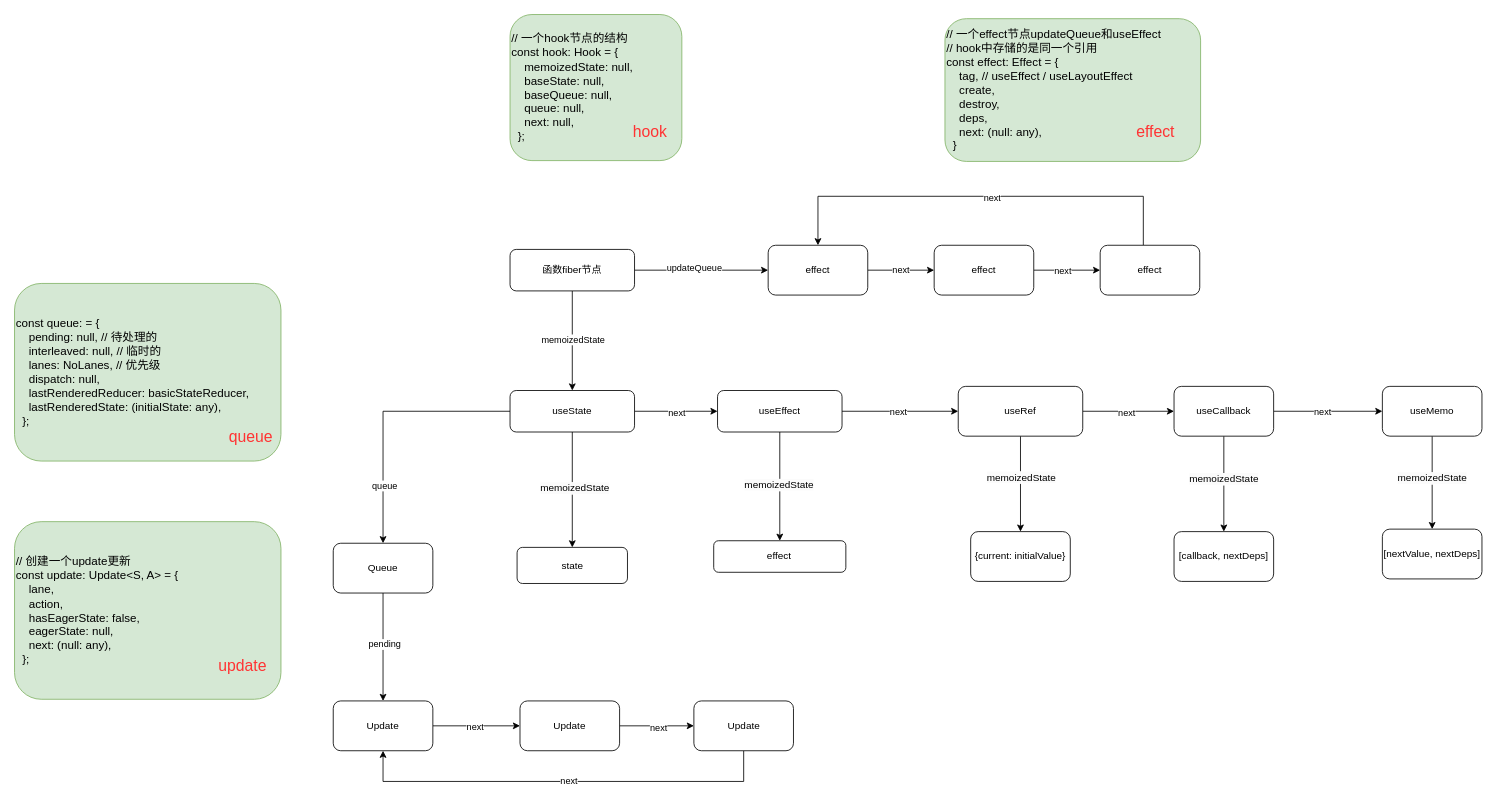
xzy0625/drawio keeps this draw.io diagram as react-hooks.drawio. Above is the earlier version. Source tidied: cells renumbered, new cells numbered last; positions are measured from the earlier drawing's top-left corner, leaving out a move shared by most shapes. Both pictures are drawn from the tidied source at 83%, with x=0, y=0 at pixel (14, 14).
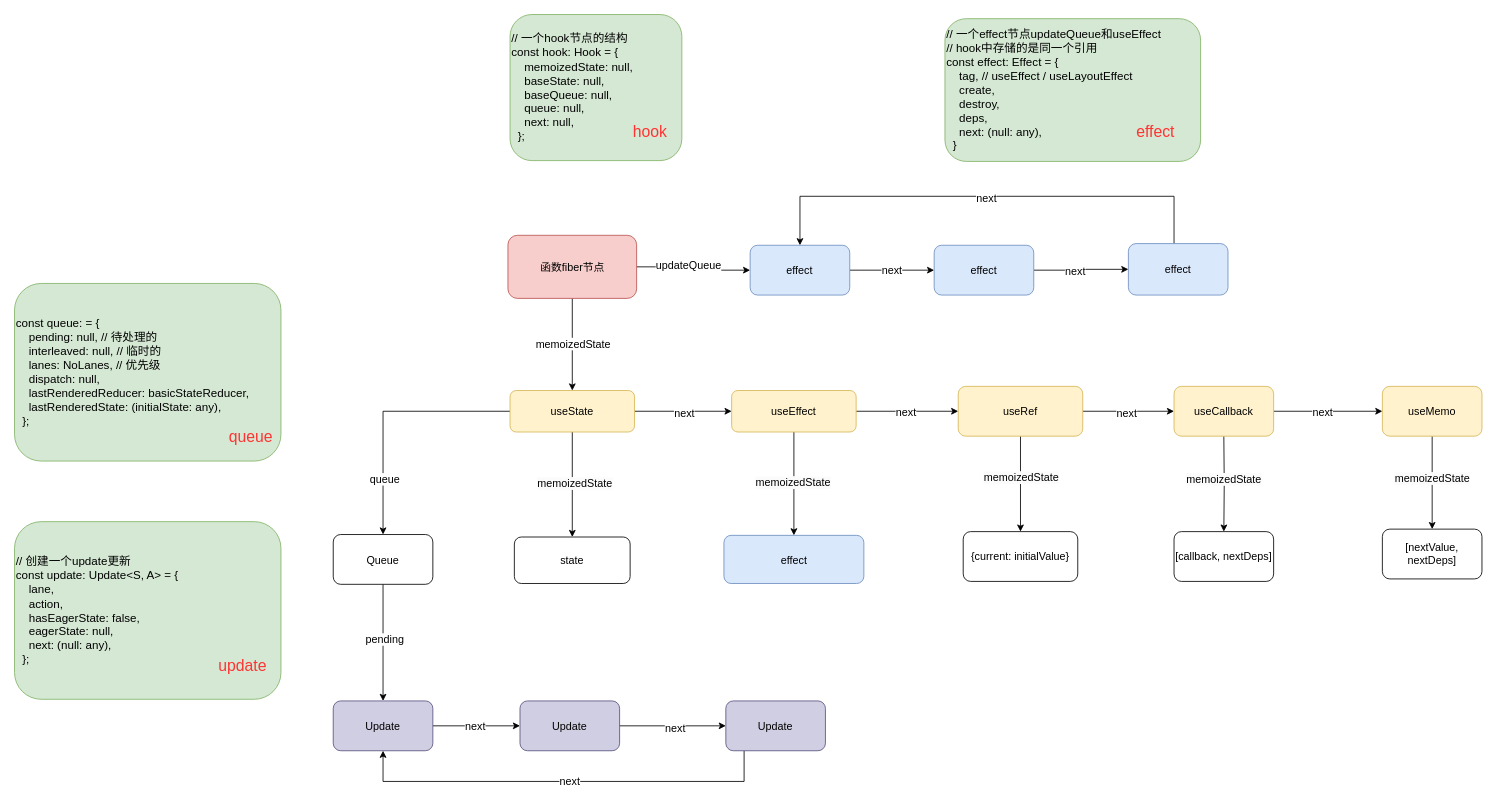
The same diagram, later.

Change to the diagram source:
```diff
@@
-    <mxCell id="2" style="edgeStyle=orthogonalEdgeStyle;rounded=0;jettySize=auto;html=1;" parent="1" edge="1" source="6" target="13">
+    <mxCell id="2" style="edgeStyle=orthogonalEdgeStyle;rounded=0;jettySize=auto;html=1;fontSize=13;" parent="1" edge="1" source="6" target="13">
       <mxGeometry relative="1" as="geometry" />
     </mxCell>
-    <mxCell id="3" value="memoizedState" style="edgeLabel;html=1;align=center;verticalAlign=middle;" parent="2" vertex="1">
+    <mxCell id="3" value="memoizedState" style="edgeLabel;html=1;align=center;verticalAlign=middle;fontSize=13;" parent="2" vertex="1">
       <mxGeometry x="-0.24" y="-3" relative="1" as="geometry">
         <mxPoint x="3" y="12" as="offset" />
       </mxGeometry>
     </mxCell>
-    <mxCell id="4" style="edgeStyle=orthogonalEdgeStyle;rounded=0;jettySize=auto;html=1;" parent="1" edge="1" source="6" target="34">
+    <mxCell id="4" style="edgeStyle=orthogonalEdgeStyle;rounded=0;jettySize=auto;html=1;fontSize=13;" parent="1" edge="1" source="6" target="34">
       <mxGeometry relative="1" as="geometry" />
     </mxCell>
-    <mxCell id="5" value="updateQueue" style="edgeLabel;html=1;align=center;verticalAlign=middle;" parent="4" vertex="1">
+    <mxCell id="5" value="&lt;font&gt;updateQueue&lt;/font&gt;" style="edgeLabel;html=1;align=center;verticalAlign=middle;fontSize=13;" parent="4" vertex="1">
       <mxGeometry x="-0.12" y="3" relative="1" as="geometry" />
     </mxCell>
-    <mxCell id="6" value="函数fiber节点" style="rounded=1;whiteSpace=wrap;html=1;" parent="1" vertex="1">
-      <mxGeometry x="597" y="283" width="150" height="50" as="geometry" />
+    <mxCell id="6" value="函数fiber节点" style="rounded=1;whiteSpace=wrap;html=1;fillColor=#f8cecc;strokeColor=#b85450;fontSize=13;" parent="1" vertex="1">
+      <mxGeometry x="594.5" y="266" width="155" height="76" as="geometry" />
     </mxCell>
-    <mxCell id="7" style="edgeStyle=orthogonalEdgeStyle;rounded=0;jettySize=auto;html=1;" parent="1" edge="1" source="13" target="19">
+    <mxCell id="7" style="edgeStyle=orthogonalEdgeStyle;rounded=0;jettySize=auto;html=1;fontSize=13;" parent="1" edge="1" source="13" target="19">
       <mxGeometry relative="1" as="geometry" />
     </mxCell>
-    <mxCell id="8" value="next" style="edgeLabel;html=1;align=center;verticalAlign=middle;" parent="7" vertex="1">
+    <mxCell id="8" value="next" style="edgeLabel;html=1;align=center;verticalAlign=middle;fontSize=13;" parent="7" vertex="1">
       <mxGeometry relative="1" as="geometry">
         <mxPoint y="1" as="offset" />
       </mxGeometry>
     </mxCell>
-    <mxCell id="9" style="edgeStyle=orthogonalEdgeStyle;rounded=0;jettySize=auto;html=1;" parent="1" edge="1" source="13" target="46">
+    <mxCell id="9" style="edgeStyle=orthogonalEdgeStyle;rounded=0;jettySize=auto;html=1;fontSize=13;" parent="1" edge="1" source="13" target="46">
       <mxGeometry relative="1" as="geometry" />
     </mxCell>
-    <mxCell id="10" value="&lt;span style=&quot;font-size: 12px; text-align: left; text-wrap-mode: wrap; background-color: rgb(251, 251, 251);&quot;&gt;memoizedState&lt;/span&gt;" style="edgeLabel;html=1;align=center;verticalAlign=middle;" parent="9" vertex="1">
+    <mxCell id="10" value="&lt;span style=&quot;text-align: left; text-wrap-mode: wrap; background-color: rgb(251, 251, 251);&quot;&gt;memoizedState&lt;/span&gt;" style="edgeLabel;html=1;align=center;verticalAlign=middle;fontSize=13;" parent="9" vertex="1">
       <mxGeometry x="-0.05" y="2" relative="1" as="geometry">
         <mxPoint y="1" as="offset" />
       </mxGeometry>
     </mxCell>
-    <mxCell id="11" style="edgeStyle=orthogonalEdgeStyle;rounded=0;jettySize=auto;html=1;" parent="1" edge="1" source="13" target="49">
+    <mxCell id="11" style="edgeStyle=orthogonalEdgeStyle;rounded=0;jettySize=auto;html=1;fontSize=13;" parent="1" edge="1" source="13" target="49">
       <mxGeometry relative="1" as="geometry" />
     </mxCell>
-    <mxCell id="12" value="queue" style="edgeLabel;html=1;align=center;verticalAlign=middle;" parent="11" vertex="1">
+    <mxCell id="12" value="&lt;font&gt;queue&lt;/font&gt;" style="edgeLabel;html=1;align=center;verticalAlign=middle;fontSize=13;" parent="11" vertex="1">
       <mxGeometry x="0.55" y="1" relative="1" as="geometry" />
     </mxCell>
-    <mxCell id="13" value="useState" style="whiteSpace=wrap;html=1;rounded=1;" parent="1" vertex="1">
+    <mxCell id="13" value="useState" style="whiteSpace=wrap;html=1;rounded=1;fillColor=#fff2cc;strokeColor=#d6b656;fontSize=13;" parent="1" vertex="1">
       <mxGeometry x="597" y="453" width="150" height="50" as="geometry" />
     </mxCell>
@@
-    <mxCell id="15" style="edgeStyle=orthogonalEdgeStyle;rounded=0;jettySize=auto;html=1;" parent="1" edge="1" source="19" target="24">
+    <mxCell id="15" style="edgeStyle=orthogonalEdgeStyle;rounded=0;jettySize=auto;html=1;fontSize=13;" parent="1" edge="1" source="19" target="24">
       <mxGeometry relative="1" as="geometry" />
     </mxCell>
-    <mxCell id="16" value="next" style="edgeLabel;html=1;align=center;verticalAlign=middle;" parent="15" vertex="1">
+    <mxCell id="16" value="next" style="edgeLabel;html=1;align=center;verticalAlign=middle;fontSize=13;" parent="15" vertex="1">
       <mxGeometry x="-0.04" y="1" relative="1" as="geometry">
         <mxPoint y="1" as="offset" />
       </mxGeometry>
     </mxCell>
-    <mxCell id="17" style="edgeStyle=orthogonalEdgeStyle;rounded=0;jettySize=auto;html=1;" parent="1" edge="1" source="19" target="32">
+    <mxCell id="17" style="edgeStyle=orthogonalEdgeStyle;rounded=0;jettySize=auto;html=1;fontSize=13;" parent="1" edge="1" source="19" target="32">
       <mxGeometry relative="1" as="geometry" />
     </mxCell>
-    <mxCell id="18" value="&lt;span style=&quot;font-size: 12px; text-align: left; text-wrap-mode: wrap; background-color: rgb(251, 251, 251);&quot;&gt;memoizedState&lt;/span&gt;" style="edgeLabel;html=1;align=center;verticalAlign=middle;" parent="17" vertex="1">
+    <mxCell id="18" value="&lt;span style=&quot;text-align: left; text-wrap-mode: wrap; background-color: rgb(251, 251, 251);&quot;&gt;memoizedState&lt;/span&gt;" style="edgeLabel;html=1;align=center;verticalAlign=middle;fontSize=13;" parent="17" vertex="1">
       <mxGeometry x="-0.05" y="-2" relative="1" as="geometry">
         <mxPoint y="1" as="offset" />
       </mxGeometry>
     </mxCell>
-    <mxCell id="19" value="useEffect" style="whiteSpace=wrap;html=1;rounded=1;" parent="1" vertex="1">
-      <mxGeometry x="847" y="453" width="150" height="50" as="geometry" />
+    <mxCell id="19" value="useEffect" style="whiteSpace=wrap;html=1;rounded=1;fillColor=#fff2cc;strokeColor=#d6b656;fontSize=13;" parent="1" vertex="1">
+      <mxGeometry x="864" y="453" width="150" height="50" as="geometry" />
     </mxCell>
-    <mxCell id="20" style="edgeStyle=orthogonalEdgeStyle;rounded=0;jettySize=auto;html=1;" parent="1" edge="1" source="24" target="30">
+    <mxCell id="20" style="edgeStyle=orthogonalEdgeStyle;rounded=0;jettySize=auto;html=1;fontSize=13;" parent="1" edge="1" source="24" target="30">
       <mxGeometry relative="1" as="geometry" />
     </mxCell>
-    <mxCell id="21" value="next" style="edgeLabel;html=1;align=center;verticalAlign=middle;" parent="20" vertex="1">
+    <mxCell id="21" value="next" style="edgeLabel;html=1;align=center;verticalAlign=middle;fontSize=13;" parent="20" vertex="1">
       <mxGeometry x="-0.05" relative="1" as="geometry">
         <mxPoint y="1" as="offset" />
       </mxGeometry>
     </mxCell>
-    <mxCell id="22" style="edgeStyle=orthogonalEdgeStyle;rounded=0;jettySize=auto;html=1;" parent="1" edge="1" source="24" target="25">
+    <mxCell id="22" style="edgeStyle=orthogonalEdgeStyle;rounded=0;jettySize=auto;html=1;fontSize=13;" parent="1" edge="1" source="24" target="25">
       <mxGeometry relative="1" as="geometry" />
     </mxCell>
-    <mxCell id="23" value="&lt;span style=&quot;font-size: 12px; text-align: left; text-wrap-mode: wrap; background-color: rgb(251, 251, 251);&quot;&gt;memoizedState&lt;/span&gt;" style="edgeLabel;html=1;align=center;verticalAlign=middle;" parent="22" vertex="1">
+    <mxCell id="23" value="&lt;span style=&quot;text-align: left; text-wrap-mode: wrap; background-color: rgb(251, 251, 251);&quot;&gt;memoizedState&lt;/span&gt;" style="edgeLabel;html=1;align=center;verticalAlign=middle;fontSize=13;" parent="22" vertex="1">
       <mxGeometry x="-0.15" relative="1" as="geometry" />
     </mxCell>
-    <mxCell id="24" value="useRef" style="whiteSpace=wrap;html=1;rounded=1;" parent="1" vertex="1">
+    <mxCell id="24" value="useRef" style="whiteSpace=wrap;html=1;rounded=1;fillColor=#fff2cc;strokeColor=#d6b656;fontSize=13;" parent="1" vertex="1">
       <mxGeometry x="1137" y="448" width="150" height="60" as="geometry" />
     </mxCell>
-    <mxCell id="25" value="{current: initialValue}" style="whiteSpace=wrap;html=1;rounded=1;" parent="1" vertex="1">
-      <mxGeometry x="1152" y="623" width="120" height="60" as="geometry" />
+    <mxCell id="25" value="{current: initialValue}" style="whiteSpace=wrap;html=1;rounded=1;fontSize=13;" parent="1" vertex="1">
+      <mxGeometry x="1143" y="623" width="138" height="60" as="geometry" />
     </mxCell>
-    <mxCell id="26" style="edgeStyle=orthogonalEdgeStyle;rounded=0;jettySize=auto;html=1;" parent="1" edge="1" source="30" target="31">
-      <mxGeometry relative="1" as="geometry" />
+    <mxCell id="26" style="edgeStyle=orthogonalEdgeStyle;rounded=0;jettySize=auto;html=1;fontSize=13;" parent="1" edge="1" target="31">
+      <mxGeometry relative="1" as="geometry">
+        <mxPoint x="1457" y="508" as="sourcePoint" />
+      </mxGeometry>
     </mxCell>
-    <mxCell id="27" value="&lt;span style=&quot;font-size: 12px; text-align: left; text-wrap-mode: wrap; background-color: rgb(251, 251, 251);&quot;&gt;memoizedState&lt;/span&gt;" style="edgeLabel;html=1;align=center;verticalAlign=middle;" parent="26" vertex="1">
+    <mxCell id="27" value="&lt;span style=&quot;text-align: left; text-wrap-mode: wrap; background-color: rgb(251, 251, 251);&quot;&gt;memoizedState&lt;/span&gt;" style="edgeLabel;html=1;align=center;verticalAlign=middle;fontSize=13;" parent="26" vertex="1">
       <mxGeometry x="-0.11" y="-1" relative="1" as="geometry" />
     </mxCell>
-    <mxCell id="28" style="edgeStyle=orthogonalEdgeStyle;rounded=0;jettySize=auto;html=1;" parent="1" edge="1" source="30" target="44">
+    <mxCell id="28" style="edgeStyle=orthogonalEdgeStyle;rounded=0;jettySize=auto;html=1;fontSize=13;" parent="1" edge="1" source="30" target="44">
       <mxGeometry relative="1" as="geometry" />
     </mxCell>
-    <mxCell id="29" value="next" style="edgeLabel;html=1;align=center;verticalAlign=middle;" parent="28" vertex="1">
+    <mxCell id="29" value="next" style="edgeLabel;html=1;align=center;verticalAlign=middle;fontSize=13;" parent="28" vertex="1">
       <mxGeometry x="-0.12" y="1" relative="1" as="geometry">
         <mxPoint y="1" as="offset" />
       </mxGeometry>
     </mxCell>
-    <mxCell id="30" value="useCallback" style="whiteSpace=wrap;html=1;rounded=1;" parent="1" vertex="1">
+    <mxCell id="30" value="useCallback" style="whiteSpace=wrap;html=1;rounded=1;fillColor=#fff2cc;strokeColor=#d6b656;fontSize=13;" parent="1" vertex="1">
       <mxGeometry x="1397" y="448" width="120" height="60" as="geometry" />
     </mxCell>
-    <mxCell id="31" value="[callback, nextDeps]" style="whiteSpace=wrap;html=1;rounded=1;" parent="1" vertex="1">
+    <mxCell id="31" value="[callback, nextDeps]" style="whiteSpace=wrap;html=1;rounded=1;fontSize=13;" parent="1" vertex="1">
       <mxGeometry x="1397" y="623" width="120" height="60" as="geometry" />
     </mxCell>
-    <mxCell id="32" value="effect" style="whiteSpace=wrap;html=1;rounded=1;align=center;" parent="1" vertex="1">
-      <mxGeometry x="842.4" y="634" width="159.2" height="38" as="geometry" />
+    <mxCell id="32" value="effect" style="whiteSpace=wrap;html=1;rounded=1;align=center;fillColor=#dae8fc;strokeColor=#6c8ebf;fontSize=13;" parent="1" vertex="1">
+      <mxGeometry x="854.7" y="627.5" width="168.6" height="58" as="geometry" />
     </mxCell>
-    <mxCell id="33" value="next" style="edgeStyle=orthogonalEdgeStyle;rounded=0;jettySize=auto;html=1;" parent="1" edge="1" source="34" target="38">
+    <mxCell id="33" value="&lt;font&gt;next&lt;/font&gt;" style="edgeStyle=orthogonalEdgeStyle;rounded=0;jettySize=auto;html=1;fontSize=13;" parent="1" edge="1" source="34" target="38">
       <mxGeometry relative="1" as="geometry" />
     </mxCell>
-    <mxCell id="34" value="effect" style="whiteSpace=wrap;html=1;rounded=1;" parent="1" vertex="1">
-      <mxGeometry x="908" y="278" width="120" height="60" as="geometry" />
+    <mxCell id="34" value="effect" style="whiteSpace=wrap;html=1;rounded=1;fillColor=#dae8fc;strokeColor=#6c8ebf;fontSize=13;" parent="1" vertex="1">
+      <mxGeometry x="886.3" y="278" width="120" height="60" as="geometry" />
     </mxCell>
@@
-    <mxCell id="36" style="edgeStyle=orthogonalEdgeStyle;rounded=0;jettySize=auto;html=1;" parent="1" edge="1" source="38" target="41">
+    <mxCell id="36" style="edgeStyle=orthogonalEdgeStyle;rounded=0;jettySize=auto;html=1;fontSize=13;" parent="1" edge="1" source="38" target="41">
       <mxGeometry relative="1" as="geometry" />
     </mxCell>
-    <mxCell id="37" value="next" style="edgeLabel;html=1;align=center;verticalAlign=middle;" parent="36" vertex="1">
+    <mxCell id="37" value="&lt;font&gt;next&lt;/font&gt;" style="edgeLabel;html=1;align=center;verticalAlign=middle;fontSize=13;" parent="36" vertex="1">
       <mxGeometry x="-0.15" y="1" relative="1" as="geometry">
         <mxPoint y="1" as="offset" />
       </mxGeometry>
     </mxCell>
-    <mxCell id="38" value="effect" style="whiteSpace=wrap;html=1;rounded=1;" parent="1" vertex="1">
+    <mxCell id="38" value="effect" style="whiteSpace=wrap;html=1;rounded=1;fillColor=#dae8fc;strokeColor=#6c8ebf;fontSize=13;" parent="1" vertex="1">
       <mxGeometry x="1108" y="278" width="120" height="60" as="geometry" />
     </mxCell>
-    <mxCell id="39" style="edgeStyle=orthogonalEdgeStyle;rounded=0;jettySize=auto;html=1;entryX=0.5;entryY=0;entryDx=0;entryDy=0;" parent="1" edge="1" source="41" target="34">
+    <mxCell id="39" style="edgeStyle=orthogonalEdgeStyle;rounded=0;jettySize=auto;html=1;entryX=0.5;entryY=0;entryDx=0;entryDy=0;fontSize=13;" parent="1" edge="1" source="41" target="34">
       <mxGeometry relative="1" as="geometry">
         <Array as="points">
-          <mxPoint x="1360" y="219" />
-          <mxPoint x="968" y="219" />
+          <mxPoint x="1397" y="219" />
+          <mxPoint x="946" y="219" />
         </Array>
       </mxGeometry>
     </mxCell>
-    <mxCell id="40" value="next" style="edgeLabel;html=1;align=center;verticalAlign=middle;" parent="39" vertex="1">
-      <mxGeometry x="-0.05" y="1" relative="1" as="geometry" />
+    <mxCell id="40" value="&lt;font&gt;next&lt;/font&gt;" style="edgeLabel;html=1;align=center;verticalAlign=middle;fontSize=13;" parent="39" vertex="1">
+      <mxGeometry x="-0.05" y="1" relative="1" as="geometry">
+        <mxPoint x="-15" as="offset" />
+      </mxGeometry>
     </mxCell>
-    <mxCell id="41" value="effect" style="whiteSpace=wrap;html=1;rounded=1;" parent="1" vertex="1">
-      <mxGeometry x="1308" y="278" width="120" height="60" as="geometry" />
+    <mxCell id="41" value="effect" style="whiteSpace=wrap;html=1;rounded=1;fillColor=#dae8fc;strokeColor=#6c8ebf;fontSize=13;" parent="1" vertex="1">
+      <mxGeometry x="1342" y="276" width="120" height="62" as="geometry" />
     </mxCell>
-    <mxCell id="42" style="edgeStyle=orthogonalEdgeStyle;rounded=0;jettySize=auto;html=1;" parent="1" edge="1" source="44" target="45">
+    <mxCell id="42" style="edgeStyle=orthogonalEdgeStyle;rounded=0;jettySize=auto;html=1;fontSize=13;" parent="1" edge="1" source="44" target="45">
       <mxGeometry relative="1" as="geometry" />
     </mxCell>
-    <mxCell id="43" value="&lt;span style=&quot;font-size: 12px; text-align: left; text-wrap-mode: wrap; background-color: rgb(251, 251, 251);&quot;&gt;memoizedState&lt;/span&gt;" style="edgeLabel;html=1;align=center;verticalAlign=middle;" parent="42" vertex="1">
+    <mxCell id="43" value="&lt;span style=&quot;text-align: left; text-wrap-mode: wrap; background-color: rgb(251, 251, 251);&quot;&gt;memoizedState&lt;/span&gt;" style="edgeLabel;html=1;align=center;verticalAlign=middle;fontSize=13;" parent="42" vertex="1">
       <mxGeometry x="-0.11" y="-1" relative="1" as="geometry" />
     </mxCell>
-    <mxCell id="44" value="useMemo" style="whiteSpace=wrap;html=1;rounded=1;" parent="1" vertex="1">
+    <mxCell id="44" value="useMemo" style="whiteSpace=wrap;html=1;rounded=1;fillColor=#fff2cc;strokeColor=#d6b656;fontSize=13;" parent="1" vertex="1">
       <mxGeometry x="1648" y="448" width="120" height="60" as="geometry" />
     </mxCell>
-    <mxCell id="45" value="[nextValue, nextDeps]" style="whiteSpace=wrap;html=1;rounded=1;" parent="1" vertex="1">
+    <mxCell id="45" value="[nextValue, nextDeps]" style="whiteSpace=wrap;html=1;rounded=1;fontSize=13;" parent="1" vertex="1">
       <mxGeometry x="1648" y="620" width="120" height="60" as="geometry" />
     </mxCell>
-    <mxCell id="46" value="state" style="whiteSpace=wrap;html=1;rounded=1;" parent="1" vertex="1">
-      <mxGeometry x="605.5" y="642" width="133" height="43.5" as="geometry" />
+    <mxCell id="46" value="state" style="whiteSpace=wrap;html=1;rounded=1;fontSize=13;" parent="1" vertex="1">
+      <mxGeometry x="602.2" y="629.5" width="139.5" height="56" as="geometry" />
     </mxCell>
-    <mxCell id="47" style="edgeStyle=orthogonalEdgeStyle;rounded=0;jettySize=auto;html=1;" parent="1" edge="1" source="49" target="56">
+    <mxCell id="47" style="edgeStyle=orthogonalEdgeStyle;rounded=0;jettySize=auto;html=1;fontSize=13;" parent="1" edge="1" source="49" target="56">
       <mxGeometry relative="1" as="geometry" />
     </mxCell>
-    <mxCell id="48" value="pending" style="edgeLabel;html=1;align=center;verticalAlign=middle;" parent="47" vertex="1">
+    <mxCell id="48" value="&lt;font&gt;pending&lt;/font&gt;" style="edgeLabel;html=1;align=center;verticalAlign=middle;fontSize=13;" parent="47" vertex="1">
       <mxGeometry x="-0.06" y="1" relative="1" as="geometry" />
     </mxCell>
-    <mxCell id="49" value="Queue" style="rounded=1;whiteSpace=wrap;html=1;" parent="1" vertex="1">
-      <mxGeometry x="384" y="637" width="120" height="60" as="geometry" />
+    <mxCell id="49" value="Queue" style="rounded=1;whiteSpace=wrap;html=1;fontSize=13;" parent="1" vertex="1">
+      <mxGeometry x="384" y="626.5" width="120" height="60" as="geometry" />
     </mxCell>
@@
-    <mxCell id="54" style="edgeStyle=orthogonalEdgeStyle;rounded=0;jettySize=auto;html=1;" parent="1" edge="1" source="56" target="61">
+    <mxCell id="54" style="edgeStyle=orthogonalEdgeStyle;rounded=0;jettySize=auto;html=1;fontSize=13;" parent="1" edge="1" source="56" target="61">
       <mxGeometry relative="1" as="geometry" />
     </mxCell>
-    <mxCell id="55" value="next" style="edgeLabel;html=1;align=center;verticalAlign=middle;" parent="54" vertex="1">
+    <mxCell id="55" value="&lt;font&gt;next&lt;/font&gt;" style="edgeLabel;html=1;align=center;verticalAlign=middle;fontSize=13;" parent="54" vertex="1">
       <mxGeometry x="-0.04" y="1" relative="1" as="geometry">
         <mxPoint y="1" as="offset" />
       </mxGeometry>
     </mxCell>
-    <mxCell id="56" value="Update" style="whiteSpace=wrap;html=1;rounded=1;" parent="1" vertex="1">
+    <mxCell id="56" value="Update" style="whiteSpace=wrap;html=1;rounded=1;fillColor=#d0cee2;strokeColor=#56517e;fontSize=13;" parent="1" vertex="1">
       <mxGeometry x="384" y="827" width="120" height="60" as="geometry" />
     </mxCell>
@@
-    <mxCell id="59" style="edgeStyle=orthogonalEdgeStyle;rounded=0;jettySize=auto;html=1;" parent="1" edge="1" source="61" target="64">
+    <mxCell id="59" style="edgeStyle=orthogonalEdgeStyle;rounded=0;jettySize=auto;html=1;fontSize=13;" parent="1" edge="1" source="61" target="64">
       <mxGeometry relative="1" as="geometry" />
     </mxCell>
-    <mxCell id="60" value="next" style="edgeLabel;html=1;align=center;verticalAlign=middle;" parent="59" vertex="1">
+    <mxCell id="60" value="&lt;font&gt;next&lt;/font&gt;" style="edgeLabel;html=1;align=center;verticalAlign=middle;fontSize=13;" parent="59" vertex="1">
       <mxGeometry x="0.03" y="-1" relative="1" as="geometry">
         <mxPoint y="1" as="offset" />
       </mxGeometry>
     </mxCell>
-    <mxCell id="61" value="Update" style="whiteSpace=wrap;html=1;rounded=1;" parent="1" vertex="1">
+    <mxCell id="61" value="Update" style="whiteSpace=wrap;html=1;rounded=1;fillColor=#d0cee2;strokeColor=#56517e;fontSize=13;" parent="1" vertex="1">
       <mxGeometry x="609" y="827" width="120" height="60" as="geometry" />
     </mxCell>
-    <mxCell id="62" style="edgeStyle=orthogonalEdgeStyle;rounded=0;jettySize=auto;html=1;entryX=0.5;entryY=1;entryDx=0;entryDy=0;" parent="1" edge="1" source="64" target="56">
+    <mxCell id="62" style="edgeStyle=orthogonalEdgeStyle;rounded=0;jettySize=auto;html=1;entryX=0.5;entryY=1;entryDx=0;entryDy=0;fontSize=13;" parent="1" edge="1" source="64" target="56">
       <mxGeometry relative="1" as="geometry">
         <Array as="points">
           <mxPoint x="879" y="924" />
           <mxPoint x="444" y="924" />
         </Array>
       </mxGeometry>
     </mxCell>
-    <mxCell id="63" value="next" style="edgeLabel;html=1;align=center;verticalAlign=middle;" parent="62" vertex="1">
+    <mxCell id="63" value="&lt;font&gt;next&lt;/font&gt;" style="edgeLabel;html=1;align=center;verticalAlign=middle;fontSize=13;" parent="62" vertex="1">
       <mxGeometry x="-0.02" y="-1" relative="1" as="geometry">
         <mxPoint x="1" as="offset" />
       </mxGeometry>
     </mxCell>
-    <mxCell id="64" value="Update" style="whiteSpace=wrap;html=1;rounded=1;" parent="1" vertex="1">
-      <mxGeometry x="818.5" y="827" width="120" height="60" as="geometry" />
+    <mxCell id="64" value="Update" style="whiteSpace=wrap;html=1;rounded=1;fillColor=#d0cee2;strokeColor=#56517e;fontSize=13;" parent="1" vertex="1">
+      <mxGeometry x="857" y="827" width="120" height="60" as="geometry" />
     </mxCell>
```
